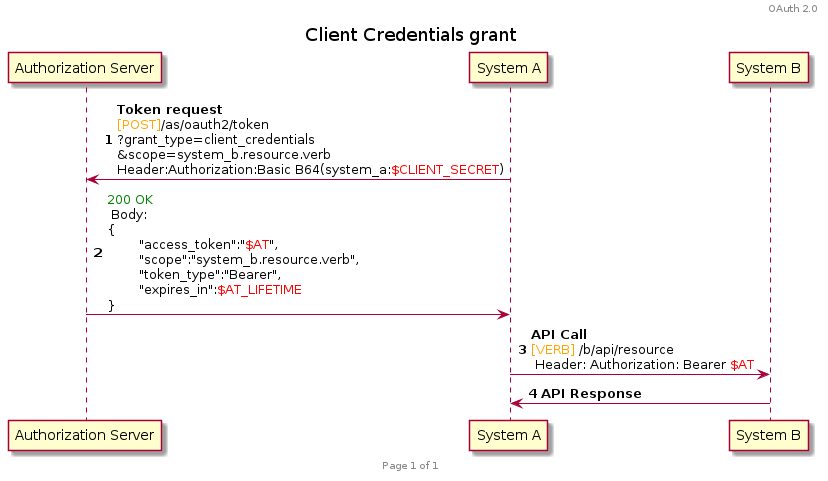
Above: plantuml/oauth2/client_credentials.png in HenriLefevrePro/Articles (PlantUML), before the change.
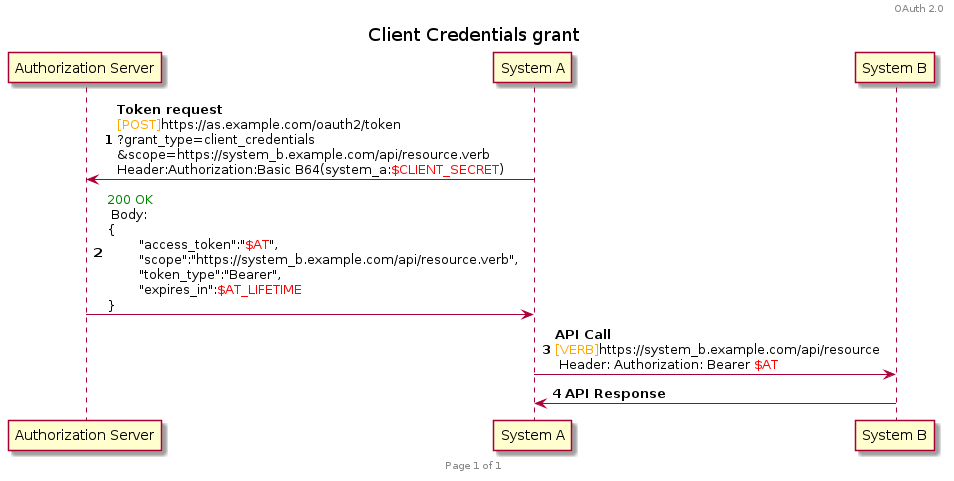
After the change.

Commit message:
[GitHub Actions] Generate PNG images for PlantUML diagrams

Diff of the diagram source:
```diff
@@ -10,9 +10,9 @@
 participant A as "System A"
 participant B as "System B"
 
-A -> Auth : **Token request**\n<font color=orange>[POST]</font>/as/oauth2/token\n?grant_type=client_credentials\n&scope=system_b.resource.verb\nHeader:Authorization:Basic B64(system_a:<font color=red>$CLIENT_SECRET</font>)
-Auth -> A : <font color=green>200 OK</font> \n Body: \n{\n\t"access_token":"<font color=red>$AT</font>",\n\t"scope":"system_b.resource.verb",\n\t"token_type":"Bearer",\n\t"expires_in":<font color=red>$AT_LIFETIME</font>\n}
+A -> Auth : **Token request**\n<font color=orange>[POST]</font>https://as.example.com/oauth2/token\n?grant_type=client_credentials\n&scope=https://system_b.example.com/api/resource.verb\nHeader:Authorization:Basic B64(system_a:<font color=red>$CLIENT_SECRET</font>)
+Auth -> A : <font color=green>200 OK</font> \n Body: \n{\n\t"access_token":"<font color=red>$AT</font>",\n\t"scope":"https://system_b.example.com/api/resource.verb",\n\t"token_type":"Bearer",\n\t"expires_in":<font color=red>$AT_LIFETIME</font>\n}
 
-A -> B : **API Call** \n<font color=orange>[VERB]</font> /b/api/resource\n Header: Authorization: Bearer <font color=red>$AT</font>
+A -> B : **API Call** \n<font color=orange>[VERB]</font>https://system_b.example.com/api/resource\n Header: Authorization: Bearer <font color=red>$AT</font>
 B -> A : **API Response**
 @enduml
```
